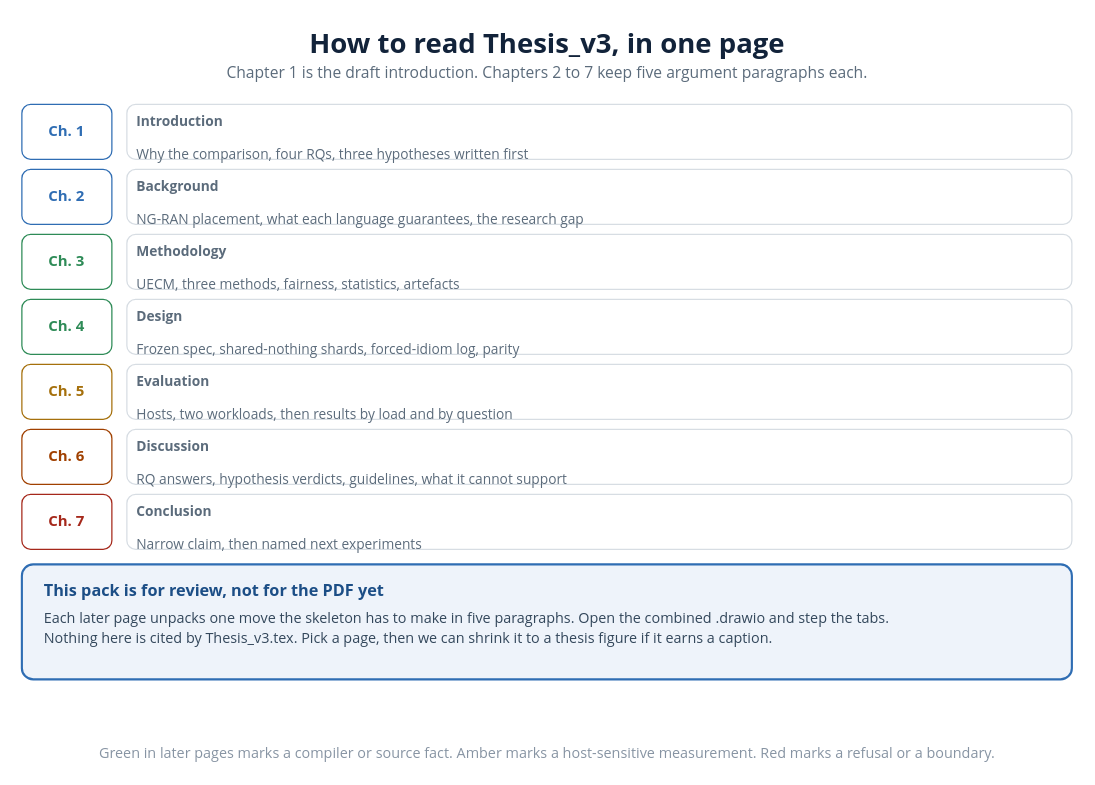
Before: diagrams/review/30_how_to_read.drawio in VienThanh12/Master-Thesis, a draw.io diagram. Source tidied: cells renumbered, new cells numbered last; positions are measured from the earlier drawing's top-left corner, leaving out a move shared by most shapes. Both pictures are drawn from the tidied source at 125%, with x=0, y=0 at pixel (21, 20).
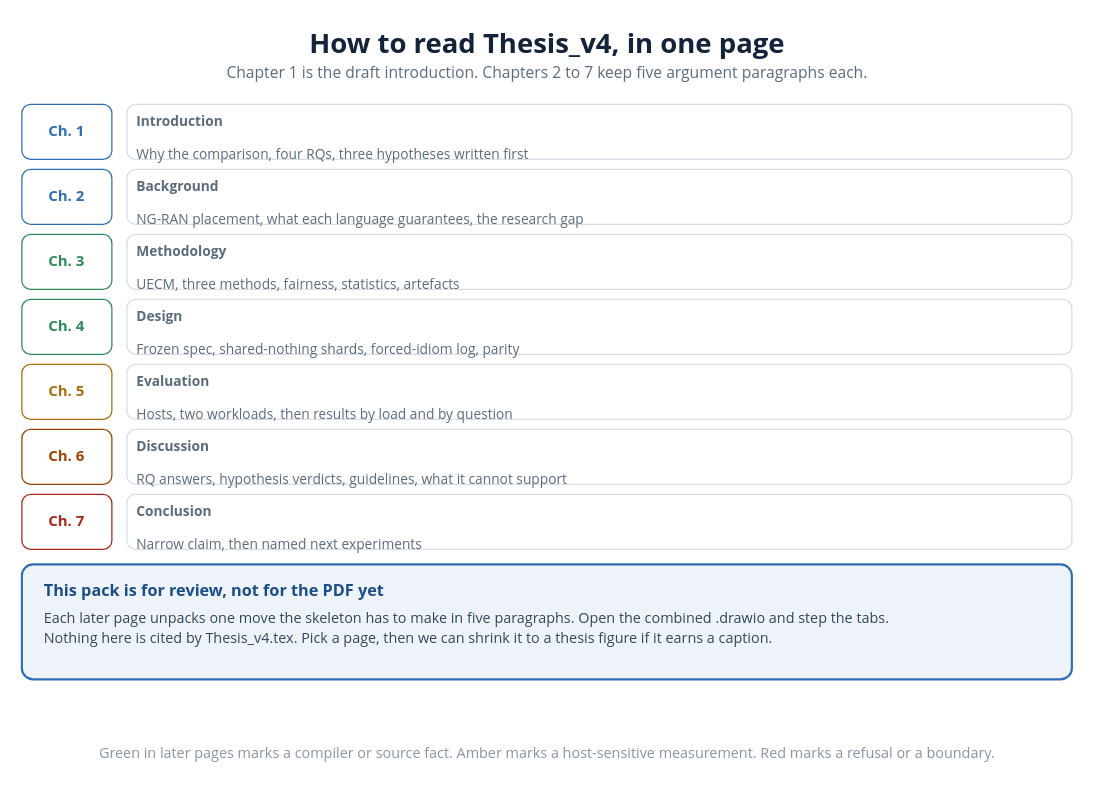
The same diagram, later.

Change to the diagram source:
```diff
@@
-    <mxCell id="2" value="How to read Thesis_v3, in one page" style="text;html=1;strokeColor=none;fillColor=none;whiteSpace=nowrap;align=center;verticalAlign=middle;fontSize=22;fontColor=#12233a;fontFamily=Segoe UI;fontStyle=1;" parent="1" vertex="1">
+    <mxCell id="2" value="How to read Thesis_v4, in one page" style="text;html=1;strokeColor=none;fillColor=none;whiteSpace=nowrap;align=center;verticalAlign=middle;fontSize=22;fontColor=#12233a;fontFamily=Segoe UI;fontStyle=1;" parent="1" vertex="1">
       <mxGeometry x="216.2" y="0.1" width="407.7" height="33" as="geometry" />
     </mxCell>
@@
-    <mxCell id="21" value="Nothing here is cited by Thesis_v3.tex. Pick a page, then we can shrink it to a thesis figure if it earns a caption." style="text;html=1;strokeColor=none;fillColor=none;whiteSpace=nowrap;align=left;verticalAlign=middle;fontSize=11.5;fontColor=#33475b;fontFamily=Segoe UI;" parent="1" vertex="1">
+    <mxCell id="21" value="Nothing here is cited by Thesis_v4.tex. Pick a page, then we can shrink it to a thesis figure if it earns a caption." style="text;html=1;strokeColor=none;fillColor=none;whiteSpace=nowrap;align=left;verticalAlign=middle;fontSize=11.5;fontColor=#33475b;fontFamily=Segoe UI;" parent="1" vertex="1">
       <mxGeometry x="16" y="484.1" width="727" height="17.2" as="geometry" />
     </mxCell>
```
